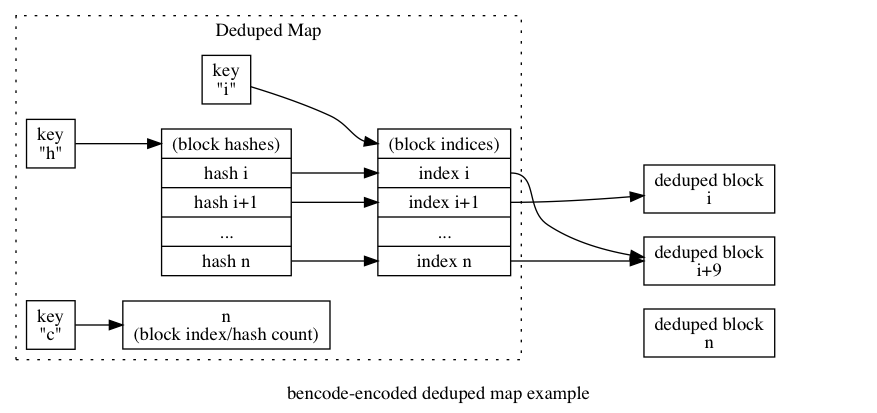
Earlier version of the Graphviz export docs/assets/backup_deduped_map.png (g8os/EFBD). Its source is kept beside it as docs/assets/src/backup_deduped_map.dot. Source of this version:
```dot
digraph {
    label = "bencode-encoded deduped map example"
    rankdir = "LR"

    subgraph clusterDedupedMap {
        label = "Deduped Map"
        style = "dotted"

        keyH [
            label = "key\n\"h\""
            shape = "square"
        ]
        keyI [
            label = "key\n\"i\""
            shape = "square"
        ]
        keyC [
            label = "key\n\"c\""
            shape = "square"
        ]

        valueH [
            shape = "record"
            label = "<t> (block hashes) | <1> hash i | <2> hash i+1 | ... | <3> hash n"
        ]

        valueI [
            shape = "record"
            label = "<t> (block indices) | <1> index i | <2> index i+1 | ... | <3> index n"
        ]

        valueC [
            label = "n\n(block index/hash count)"
            shape = "rectangle"
        ]

        keyH -> valueH:t
        keyI -> valueI:t
        keyC -> valueC

        valueH:1 -> valueI:1
        valueH:2 -> valueI:2
        valueH:3 -> valueI:3
    }

    subgraph clusterBlocks {
        style = "invis"

        dedupedBlock1 [
            shape = "rectangle"
            label = "deduped block\ni"
        ]
        dedupedBlock2 [
            shape = "rectangle"
            label = "deduped block\ni+9"
        ]
        dedupedBlock3 [
            shape = "rectangle"
            label = "deduped block\nn"
        ]
    }

    valueI:1 -> dedupedBlock2
    valueI:2 -> dedupedBlock1
    valueI:3 -> dedupedBlock2
}
```
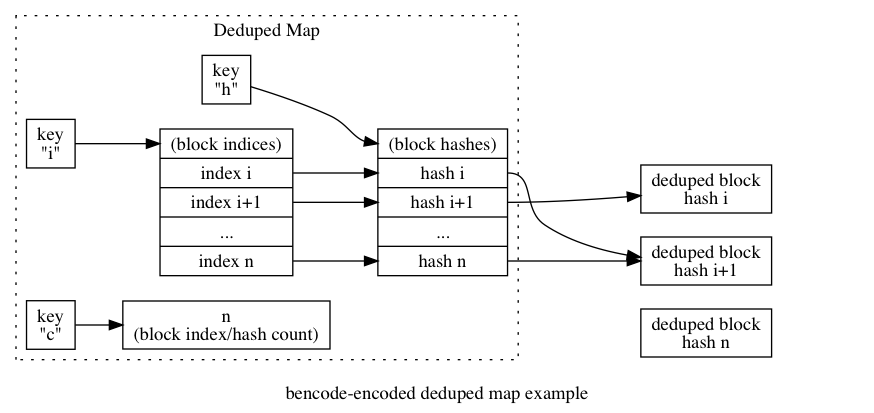
After the commit.

Commit message:
update optional encryption info in backup external docs

What changed in the source:
```diff
@@ -38,9 +38,9 @@
         keyI -> valueI:t
         keyC -> valueC
 
-        valueH:1 -> valueI:1
-        valueH:2 -> valueI:2
-        valueH:3 -> valueI:3
+        valueI:1 -> valueH:1
+        valueI:2 -> valueH:2
+        valueI:3 -> valueH:3
     }
 
     subgraph clusterBlocks {
@@ -48,19 +48,19 @@
 
         dedupedBlock1 [
             shape = "rectangle"
-            label = "deduped block\ni"
+            label = "deduped block\nhash i"
         ]
         dedupedBlock2 [
             shape = "rectangle"
-            label = "deduped block\ni+9"
+            label = "deduped block\nhash i+1"
         ]
         dedupedBlock3 [
             shape = "rectangle"
-            label = "deduped block\nn"
+            label = "deduped block\nhash n"
         ]
     }
 
-    valueI:1 -> dedupedBlock2
-    valueI:2 -> dedupedBlock1
-    valueI:3 -> dedupedBlock2
+    valueH:1 -> dedupedBlock2
+    valueH:2 -> dedupedBlock1
+    valueH:3 -> dedupedBlock2
 }
```
